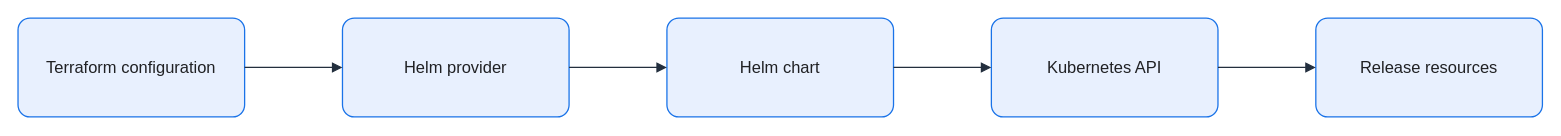
Above: assets/img/iac/terraform-helm-provider-flow.drawio in KKamJi98/kkamji98.github.io (draw.io), before the change. Source tidied: cells renumbered, new cells numbered last; positions are measured from the earlier drawing's top-left corner, leaving out a move shared by most shapes. Both pictures are drawn from the tidied source at 103%, with x=0, y=0 at pixel (18, 18).
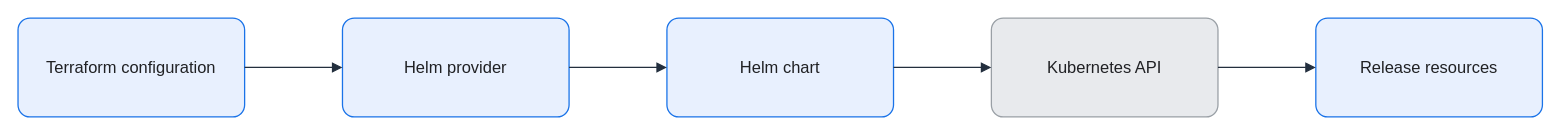
The same page after the edit.

What changed in the source:
```diff
@@
 <mxGraphModel background="#FFFFFF">
   <root>
     <mxCell id="0" />
     <mxCell id="1" parent="0" />
     <mxCell id="2" value="Terraform configuration" style="rounded=1;arcSize=12;whiteSpace=wrap;html=0;fillColor=#E8F0FE;strokeColor=#1A73E8;strokeWidth=1.25;fontColor=#202124;fontSize=16;align=center;verticalAlign=middle;spacing=8;shadow=0;" parent="1" vertex="1">
       <mxGeometry width="220" height="96" as="geometry" />
     </mxCell>
     <mxCell id="3" value="Helm provider" style="rounded=1;arcSize=12;whiteSpace=wrap;html=0;fillColor=#E8F0FE;strokeColor=#1A73E8;strokeWidth=1.25;fontColor=#202124;fontSize=16;align=center;verticalAlign=middle;spacing=8;shadow=0;" parent="1" vertex="1">
       <mxGeometry x="315" width="220" height="96" as="geometry" />
     </mxCell>
     <mxCell id="4" value="Helm chart" style="rounded=1;arcSize=12;whiteSpace=wrap;html=0;fillColor=#E8F0FE;strokeColor=#1A73E8;strokeWidth=1.25;fontColor=#202124;fontSize=16;align=center;verticalAlign=middle;spacing=8;shadow=0;" parent="1" vertex="1">
       <mxGeometry x="630" width="220" height="96" as="geometry" />
     </mxCell>
-    <mxCell id="5" value="Kubernetes API" style="rounded=1;arcSize=12;whiteSpace=wrap;html=0;fillColor=#E8F0FE;strokeColor=#1A73E8;strokeWidth=1.25;fontColor=#202124;fontSize=16;align=center;verticalAlign=middle;spacing=8;shadow=0;" parent="1" vertex="1">
+    <mxCell id="5" value="Kubernetes API" style="rounded=1;arcSize=12;whiteSpace=wrap;html=0;fillColor=#E8EAED;strokeColor=#9AA0A6;strokeWidth=1.25;fontColor=#202124;fontSize=16;align=center;verticalAlign=middle;spacing=8;shadow=0;" parent="1" vertex="1">
       <mxGeometry x="945" width="220" height="96" as="geometry" />
     </mxCell>
     <mxCell id="6" value="Release resources" style="rounded=1;arcSize=12;whiteSpace=wrap;html=0;fillColor=#E8F0FE;strokeColor=#1A73E8;strokeWidth=1.25;fontColor=#202124;fontSize=16;align=center;verticalAlign=middle;spacing=8;shadow=0;" parent="1" vertex="1">
       <mxGeometry x="1260" width="220" height="96" as="geometry" />
     </mxCell>
     <mxCell id="7" style="edgeStyle=orthogonalEdgeStyle;rounded=0;jettySize=auto;html=0;endArrow=block;endFill=1;strokeColor=#232F3E;strokeWidth=1.25;fontColor=#202124;labelBackgroundColor=none;exitX=1;exitY=0.5;exitDx=0;exitDy=0;entryX=0;entryY=0.5;entryDx=0;entryDy=0;endSize=7;" parent="1" edge="1" source="2" target="3">
       <mxGeometry relative="1" as="geometry" />
     </mxCell>
     <mxCell id="8" style="edgeStyle=orthogonalEdgeStyle;rounded=0;jettySize=auto;html=0;endArrow=block;endFill=1;strokeColor=#232F3E;strokeWidth=1.25;fontColor=#202124;labelBackgroundColor=none;exitX=1;exitY=0.5;exitDx=0;exitDy=0;entryX=0;entryY=0.5;entryDx=0;entryDy=0;endSize=7;" parent="1" edge="1" source="3" target="4">
       <mxGeometry relative="1" as="geometry" />
     </mxCell>
     <mxCell id="9" style="edgeStyle=orthogonalEdgeStyle;rounded=0;jettySize=auto;html=0;endArrow=block;endFill=1;strokeColor=#232F3E;strokeWidth=1.25;fontColor=#202124;labelBackgroundColor=none;exitX=1;exitY=0.5;exitDx=0;exitDy=0;entryX=0;entryY=0.5;entryDx=0;entryDy=0;endSize=7;" parent="1" edge="1" source="4" target="5">
       <mxGeometry relative="1" as="geometry" />
     </mxCell>
     <mxCell id="10" style="edgeStyle=orthogonalEdgeStyle;rounded=0;jettySize=auto;html=0;endArrow=block;endFill=1;strokeColor=#232F3E;strokeWidth=1.25;fontColor=#202124;labelBackgroundColor=none;exitX=1;exitY=0.5;exitDx=0;exitDy=0;entryX=0;entryY=0.5;entryDx=0;entryDy=0;endSize=7;" parent="1" edge="1" source="5" target="6">
       <mxGeometry relative="1" as="geometry" />
     </mxCell>
   </root>
 </mxGraphModel>
```
